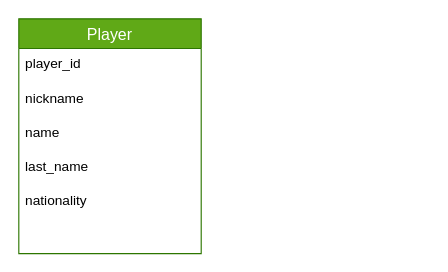
The draw.io diagram soccer_model.drawio in r3card0/soccer.stats, before the edit. Source tidied: cells renumbered, new cells numbered last; positions are measured from the earlier drawing's top-left corner, leaving out a move shared by most shapes. Both pictures are drawn from the tidied source at 114%, with x=0, y=0 at pixel (18, 18).
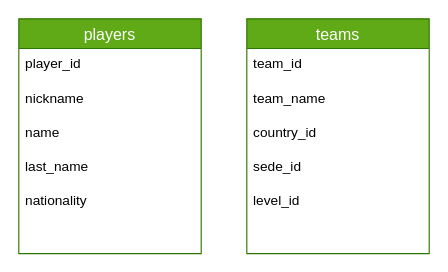
After the change.

Commit message:
teams table metadata

The edit, as a diff of the source:
```diff
@@
 <mxGraphModel>
   <root>
     <mxCell id="0" />
     <mxCell id="1" parent="0" />
-    <mxCell id="2" value="Player" style="swimlane;fontStyle=0;horizontal=1;startSize=26;align=center;fontSize=14;fillColor=#60a917;fontColor=#ffffff;strokeColor=#2D7600;" parent="1" vertex="1">
+    <mxCell id="2" value="players" style="swimlane;fontStyle=0;horizontal=1;startSize=26;align=center;fontSize=14;fillColor=#60a917;fontColor=#ffffff;strokeColor=#2D7600;" parent="1" vertex="1">
       <mxGeometry width="160" height="206" as="geometry" />
     </mxCell>
     <mxCell id="3" value="player_id" style="text;strokeColor=none;fillColor=none;spacingLeft=4;spacingRight=4;overflow=hidden;fontSize=12;" parent="2" vertex="1">
       <mxGeometry y="26" width="160" height="30" as="geometry" />
     </mxCell>
     <mxCell id="4" value="nickname" style="text;strokeColor=none;fillColor=none;spacingLeft=4;spacingRight=4;overflow=hidden;fontSize=12;" parent="2" vertex="1">
       <mxGeometry y="56" width="160" height="30" as="geometry" />
     </mxCell>
     <mxCell id="5" value="name" style="text;strokeColor=none;fillColor=none;spacingLeft=4;spacingRight=4;overflow=hidden;fontSize=12;" parent="2" vertex="1">
       <mxGeometry y="86" width="160" height="30" as="geometry" />
     </mxCell>
     <mxCell id="6" value="last_name" style="text;strokeColor=none;fillColor=none;spacingLeft=4;spacingRight=4;overflow=hidden;fontSize=12;" parent="2" vertex="1">
       <mxGeometry y="116" width="160" height="30" as="geometry" />
     </mxCell>
     <mxCell id="7" value="nationality" style="text;strokeColor=none;fillColor=none;spacingLeft=4;spacingRight=4;overflow=hidden;fontSize=12;" parent="2" vertex="1">
       <mxGeometry y="146" width="160" height="30" as="geometry" />
     </mxCell>
     <mxCell id="8" style="text;strokeColor=none;fillColor=none;spacingLeft=4;spacingRight=4;overflow=hidden;fontSize=12;" parent="2" vertex="1">
       <mxGeometry y="176" width="160" height="30" as="geometry" />
     </mxCell>
+    <mxCell id="9" value="teams" style="swimlane;fontStyle=0;horizontal=1;startSize=26;align=center;fontSize=14;fillColor=#60a917;fontColor=#ffffff;strokeColor=#2D7600;" parent="1" vertex="1">
+      <mxGeometry x="200" width="160" height="206" as="geometry" />
+    </mxCell>
+    <mxCell id="10" value="team_id" style="text;strokeColor=none;fillColor=none;spacingLeft=4;spacingRight=4;overflow=hidden;fontSize=12;" parent="9" vertex="1">
+      <mxGeometry y="26" width="160" height="30" as="geometry" />
+    </mxCell>
+    <mxCell id="11" value="team_name" style="text;strokeColor=none;fillColor=none;spacingLeft=4;spacingRight=4;overflow=hidden;fontSize=12;" parent="9" vertex="1">
+      <mxGeometry y="56" width="160" height="30" as="geometry" />
+    </mxCell>
+    <mxCell id="12" value="country_id" style="text;strokeColor=none;fillColor=none;spacingLeft=4;spacingRight=4;overflow=hidden;fontSize=12;" parent="9" vertex="1">
+      <mxGeometry y="86" width="160" height="30" as="geometry" />
+    </mxCell>
+    <mxCell id="13" value="sede_id" style="text;strokeColor=none;fillColor=none;spacingLeft=4;spacingRight=4;overflow=hidden;fontSize=12;" parent="9" vertex="1">
+      <mxGeometry y="116" width="160" height="30" as="geometry" />
+    </mxCell>
+    <mxCell id="14" value="level_id" style="text;strokeColor=none;fillColor=none;spacingLeft=4;spacingRight=4;overflow=hidden;fontSize=12;" parent="9" vertex="1">
+      <mxGeometry y="146" width="160" height="30" as="geometry" />
+    </mxCell>
+    <mxCell id="15" style="text;strokeColor=none;fillColor=none;spacingLeft=4;spacingRight=4;overflow=hidden;fontSize=12;" parent="9" vertex="1">
+      <mxGeometry y="176" width="160" height="30" as="geometry" />
+    </mxCell>
   </root>
 </mxGraphModel>
```
